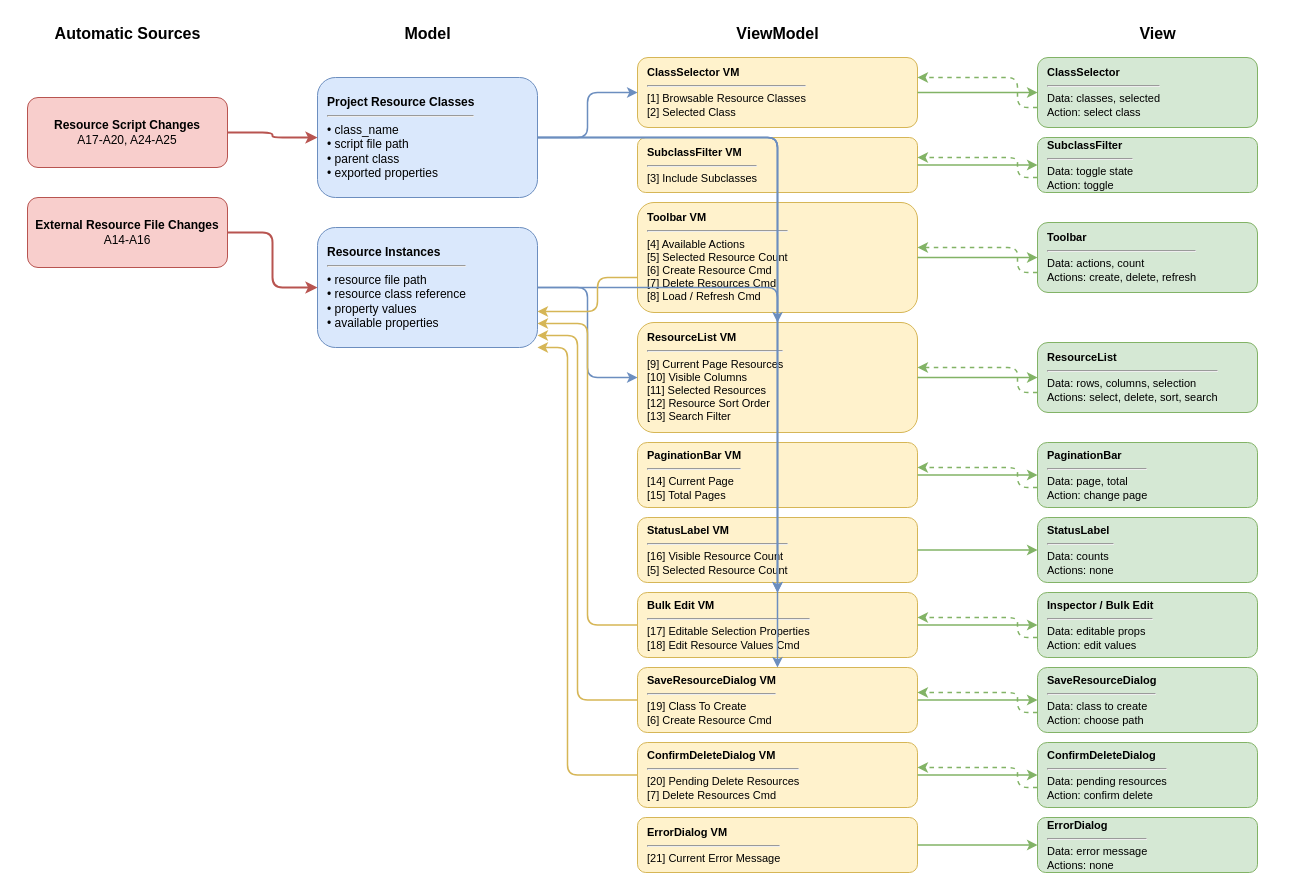
Before: addons/diablohumastudio/visual_resources_editor/docs/mvvm_architecture.drawio in diablohumastudioadmin/data-systems-2, a draw.io diagram. Source tidied: cells renumbered, new cells numbered last; positions are measured from the earlier drawing's top-left corner, leaving out a move shared by most shapes. Both pictures are drawn from the tidied source at 100%, with x=0, y=0 at pixel (17, 17).
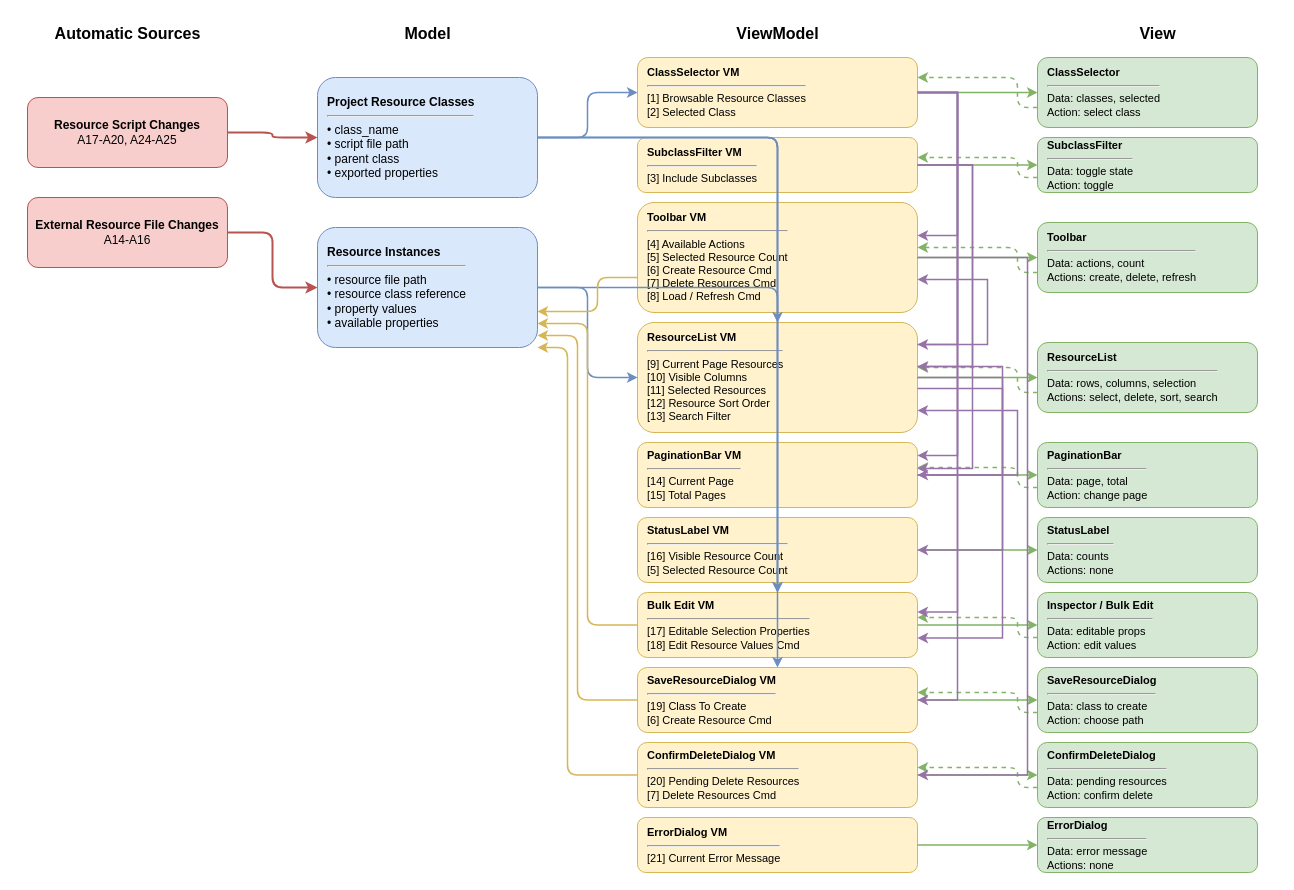
The same page after the edit.

Commit message (it also covers changes not shown here):
final passes on determining how the architecture should be.

Unchanged cells that the change refers to:
```xml
<mxCell id="10" value="&lt;b&gt;ClassSelector VM&lt;/b&gt;&lt;hr&gt;[1] Browsable Resource Classes&lt;br&gt;[2] Selected Class" style="rounded=1;whiteSpace=wrap;html=1;fillColor=#fff2cc;strokeColor=#d6b656;fontSize=11;align=left;spacingLeft=8;" parent="1" vertex="1">
  <mxGeometry x="620" y="40" width="280" height="70" as="geometry" />
</mxCell>
<mxCell id="11" value="&lt;b&gt;SubclassFilter VM&lt;/b&gt;&lt;hr&gt;[3] Include Subclasses" style="rounded=1;whiteSpace=wrap;html=1;fillColor=#fff2cc;strokeColor=#d6b656;fontSize=11;align=left;spacingLeft=8;" parent="1" vertex="1">
  <mxGeometry x="620" y="120" width="280" height="55" as="geometry" />
</mxCell>
<mxCell id="12" value="&lt;b&gt;Toolbar VM&lt;/b&gt;&lt;hr&gt;[4] Available Actions&lt;br&gt;[5] Selected Resource Count&lt;br&gt;[6] Create Resource Cmd&lt;br&gt;[7] Delete Resources Cmd&lt;br&gt;[8] Load / Refresh Cmd" style="rounded=1;whiteSpace=wrap;html=1;fillColor=#fff2cc;strokeColor=#d6b656;fontSize=11;align=left;spacingLeft=8;" parent="1" vertex="1">
  <mxGeometry x="620" y="185" width="280" height="110" as="geometry" />
</mxCell>
<mxCell id="13" value="&lt;b&gt;ResourceList VM&lt;/b&gt;&lt;hr&gt;[9] Current Page Resources&lt;br&gt;[10] Visible Columns&lt;br&gt;[11] Selected Resources&lt;br&gt;[12] Resource Sort Order&lt;br&gt;[13] Search Filter" style="rounded=1;whiteSpace=wrap;html=1;fillColor=#fff2cc;strokeColor=#d6b656;fontSize=11;align=left;spacingLeft=8;" parent="1" vertex="1">
  <mxGeometry x="620" y="305" width="280" height="110" as="geometry" />
</mxCell>
<mxCell id="14" value="&lt;b&gt;PaginationBar VM&lt;/b&gt;&lt;hr&gt;[14] Current Page&lt;br&gt;[15] Total Pages" style="rounded=1;whiteSpace=wrap;html=1;fillColor=#fff2cc;strokeColor=#d6b656;fontSize=11;align=left;spacingLeft=8;" parent="1" vertex="1">
  <mxGeometry x="620" y="425" width="280" height="65" as="geometry" />
</mxCell>
<mxCell id="15" value="&lt;b&gt;StatusLabel VM&lt;/b&gt;&lt;hr&gt;[16] Visible Resource Count&lt;br&gt;[5] Selected Resource Count" style="rounded=1;whiteSpace=wrap;html=1;fillColor=#fff2cc;strokeColor=#d6b656;fontSize=11;align=left;spacingLeft=8;" parent="1" vertex="1">
  <mxGeometry x="620" y="500" width="280" height="65" as="geometry" />
</mxCell>
<mxCell id="16" value="&lt;b&gt;Bulk Edit VM&lt;/b&gt;&lt;hr&gt;[17] Editable Selection Properties&lt;br&gt;[18] Edit Resource Values Cmd" style="rounded=1;whiteSpace=wrap;html=1;fillColor=#fff2cc;strokeColor=#d6b656;fontSize=11;align=left;spacingLeft=8;" parent="1" vertex="1">
  <mxGeometry x="620" y="575" width="280" height="65" as="geometry" />
</mxCell>
<mxCell id="17" value="&lt;b&gt;SaveResourceDialog VM&lt;/b&gt;&lt;hr&gt;[19] Class To Create&lt;br&gt;[6] Create Resource Cmd" style="rounded=1;whiteSpace=wrap;html=1;fillColor=#fff2cc;strokeColor=#d6b656;fontSize=11;align=left;spacingLeft=8;" parent="1" vertex="1">
  <mxGeometry x="620" y="650" width="280" height="65" as="geometry" />
</mxCell>
<mxCell id="18" value="&lt;b&gt;ConfirmDeleteDialog VM&lt;/b&gt;&lt;hr&gt;[20] Pending Delete Resources&lt;br&gt;[7] Delete Resources Cmd" style="rounded=1;whiteSpace=wrap;html=1;fillColor=#fff2cc;strokeColor=#d6b656;fontSize=11;align=left;spacingLeft=8;" parent="1" vertex="1">
  <mxGeometry x="620" y="725" width="280" height="65" as="geometry" />
</mxCell>
```

Change to the diagram source:
```diff
@@
+    <mxCell id="60" style="edgeStyle=orthogonalEdgeStyle;rounded=0;strokeColor=#9673a6;strokeWidth=1.5;exitX=1;exitY=0.5;exitDx=0;exitDy=0;entryX=1;entryY=0.3;entryDx=0;entryDy=0;" parent="1" edge="1" source="10" target="12">
+      <mxGeometry relative="1" as="geometry">
+        <Array as="points">
+          <mxPoint x="940" y="75" />
+          <mxPoint x="940" y="218" />
+        </Array>
+      </mxGeometry>
+    </mxCell>
+    <mxCell id="61" style="edgeStyle=orthogonalEdgeStyle;rounded=0;strokeColor=#9673a6;strokeWidth=1.5;exitX=1;exitY=0.5;exitDx=0;exitDy=0;entryX=1;entryY=0.2;entryDx=0;entryDy=0;" parent="1" edge="1" source="10" target="13">
+      <mxGeometry relative="1" as="geometry">
+        <Array as="points">
+          <mxPoint x="940" y="75" />
+          <mxPoint x="940" y="327" />
+        </Array>
+      </mxGeometry>
+    </mxCell>
+    <mxCell id="62" style="edgeStyle=orthogonalEdgeStyle;rounded=0;strokeColor=#9673a6;strokeWidth=1.5;exitX=1;exitY=0.5;exitDx=0;exitDy=0;entryX=1;entryY=0.2;entryDx=0;entryDy=0;" parent="1" edge="1" source="10" target="14">
+      <mxGeometry relative="1" as="geometry">
+        <Array as="points">
+          <mxPoint x="940" y="75" />
+          <mxPoint x="940" y="438" />
+        </Array>
+      </mxGeometry>
+    </mxCell>
+    <mxCell id="63" style="edgeStyle=orthogonalEdgeStyle;rounded=0;strokeColor=#9673a6;strokeWidth=1.5;exitX=1;exitY=0.5;exitDx=0;exitDy=0;entryX=1;entryY=0.3;entryDx=0;entryDy=0;" parent="1" edge="1" source="10" target="16">
+      <mxGeometry relative="1" as="geometry">
+        <Array as="points">
+          <mxPoint x="940" y="75" />
+          <mxPoint x="940" y="595" />
+        </Array>
+      </mxGeometry>
+    </mxCell>
+    <mxCell id="64" style="edgeStyle=orthogonalEdgeStyle;rounded=0;strokeColor=#9673a6;strokeWidth=1.5;exitX=1;exitY=0.5;exitDx=0;exitDy=0;entryX=1;entryY=0.5;entryDx=0;entryDy=0;" parent="1" edge="1" source="10" target="17">
+      <mxGeometry relative="1" as="geometry">
+        <Array as="points">
+          <mxPoint x="940" y="75" />
+          <mxPoint x="940" y="682" />
+        </Array>
+      </mxGeometry>
+    </mxCell>
+    <mxCell id="65" style="edgeStyle=orthogonalEdgeStyle;rounded=0;strokeColor=#9673a6;strokeWidth=1.5;exitX=1;exitY=0.5;exitDx=0;exitDy=0;entryX=1;entryY=0.4;entryDx=0;entryDy=0;" parent="1" edge="1" source="11" target="13">
+      <mxGeometry relative="1" as="geometry">
+        <Array as="points">
+          <mxPoint x="955" y="147" />
+          <mxPoint x="955" y="349" />
+        </Array>
+      </mxGeometry>
+    </mxCell>
+    <mxCell id="66" style="edgeStyle=orthogonalEdgeStyle;rounded=0;strokeColor=#9673a6;strokeWidth=1.5;exitX=1;exitY=0.5;exitDx=0;exitDy=0;entryX=1;entryY=0.4;entryDx=0;entryDy=0;" parent="1" edge="1" source="11" target="14">
+      <mxGeometry relative="1" as="geometry">
+        <Array as="points">
+          <mxPoint x="955" y="147" />
+          <mxPoint x="955" y="451" />
+        </Array>
+      </mxGeometry>
+    </mxCell>
+    <mxCell id="67" style="edgeStyle=orthogonalEdgeStyle;rounded=0;strokeColor=#9673a6;strokeWidth=1.5;exitX=1;exitY=0.2;exitDx=0;exitDy=0;entryX=1;entryY=0.7;entryDx=0;entryDy=0;" parent="1" edge="1" source="13" target="12">
+      <mxGeometry relative="1" as="geometry">
+        <Array as="points">
+          <mxPoint x="970" y="327" />
+          <mxPoint x="970" y="262" />
+        </Array>
+      </mxGeometry>
+    </mxCell>
+    <mxCell id="68" style="edgeStyle=orthogonalEdgeStyle;rounded=0;strokeColor=#9673a6;strokeWidth=1.5;exitX=1;exitY=0.4;exitDx=0;exitDy=0;entryX=1;entryY=0.5;entryDx=0;entryDy=0;" parent="1" edge="1" source="13" target="14">
+      <mxGeometry relative="1" as="geometry">
+        <Array as="points">
+          <mxPoint x="985" y="349" />
+          <mxPoint x="985" y="457" />
+        </Array>
+      </mxGeometry>
+    </mxCell>
+    <mxCell id="69" style="edgeStyle=orthogonalEdgeStyle;rounded=0;strokeColor=#9673a6;strokeWidth=1.5;exitX=1;exitY=0.5;exitDx=0;exitDy=0;entryX=1;entryY=0.5;entryDx=0;entryDy=0;" parent="1" edge="1" source="13" target="15">
+      <mxGeometry relative="1" as="geometry">
+        <Array as="points">
+          <mxPoint x="985" y="360" />
+          <mxPoint x="985" y="532" />
+        </Array>
+      </mxGeometry>
+    </mxCell>
+    <mxCell id="70" style="edgeStyle=orthogonalEdgeStyle;rounded=0;strokeColor=#9673a6;strokeWidth=1.5;exitX=1;exitY=0.6;exitDx=0;exitDy=0;entryX=1;entryY=0.7;entryDx=0;entryDy=0;" parent="1" edge="1" source="13" target="16">
+      <mxGeometry relative="1" as="geometry">
+        <Array as="points">
+          <mxPoint x="985" y="371" />
+          <mxPoint x="985" y="620" />
+        </Array>
+      </mxGeometry>
+    </mxCell>
+    <mxCell id="71" style="edgeStyle=orthogonalEdgeStyle;rounded=0;strokeColor=#9673a6;strokeWidth=1.5;exitX=1;exitY=0.5;exitDx=0;exitDy=0;entryX=1;entryY=0.8;entryDx=0;entryDy=0;" parent="1" edge="1" source="14" target="13">
+      <mxGeometry relative="1" as="geometry">
+        <Array as="points">
+          <mxPoint x="1000" y="457" />
+          <mxPoint x="1000" y="393" />
+        </Array>
+      </mxGeometry>
+    </mxCell>
+    <mxCell id="72" style="edgeStyle=orthogonalEdgeStyle;rounded=0;strokeColor=#9673a6;strokeWidth=1.5;exitX=1;exitY=0.5;exitDx=0;exitDy=0;entryX=1;entryY=0.5;entryDx=0;entryDy=0;" parent="1" edge="1" source="12" target="18">
+      <mxGeometry relative="1" as="geometry">
+        <Array as="points">
+          <mxPoint x="1010" y="240" />
+          <mxPoint x="1010" y="757" />
+        </Array>
+      </mxGeometry>
+    </mxCell>
```
